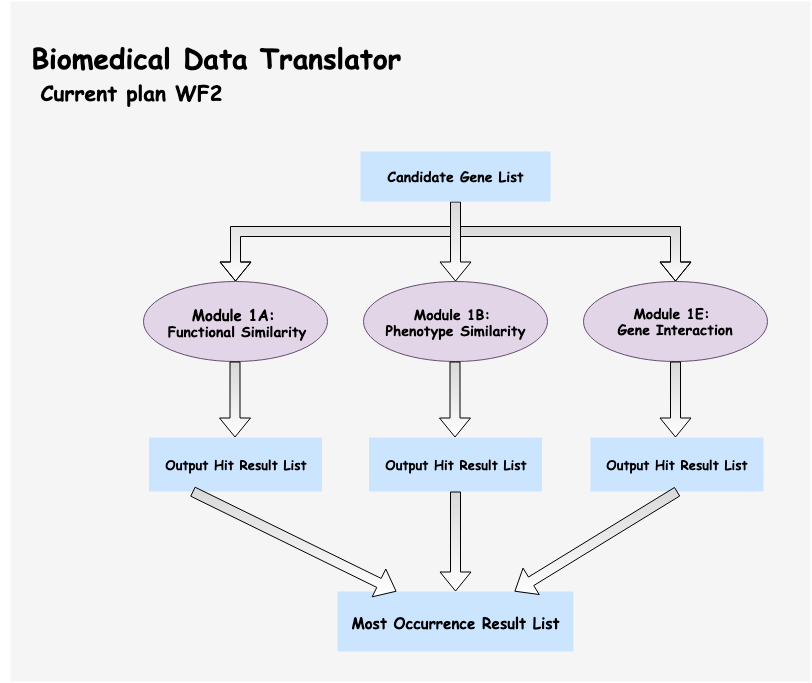
This is workflow2_diagram.png from imxiaow/SleepApnea-Presentation, a draw.io export, as it was before one commit. Source tidied: cells renumbered, new cells last; positions are measured from the earlier drawing's top-left corner, leaving out a move shared by most shapes.
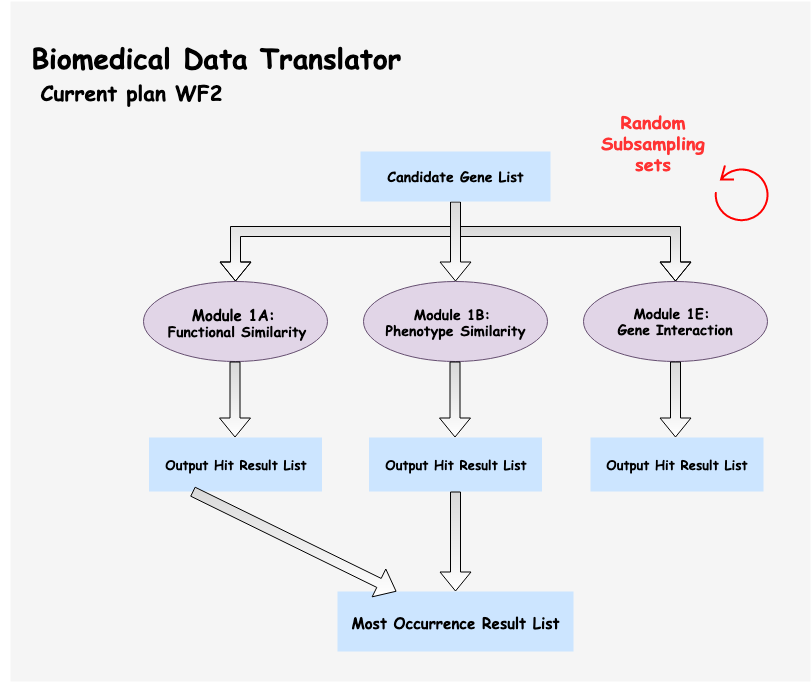
Later version of the same file.

What changed in the source:
```diff
@@ -77,14 +77,17 @@
     <mxCell id="18" style="shape=flexArrow;endArrow=classic;html=1;strokeColor=#000000;strokeWidth=1;fillColor=#D9D9D9;gradientColor=#ffffff;fontFamily=Comic Sans MS;entryX=0.25;entryY=0;entryDx=0;entryDy=0;exitX=0.25;exitY=1;exitDx=0;exitDy=0;" parent="1" edge="1" source="16" target="17">
       <mxGeometry relative="1" as="geometry" />
     </mxCell>
-    <mxCell id="19" style="shape=flexArrow;endArrow=classic;html=1;strokeColor=#000000;strokeWidth=1;fillColor=#D9D9D9;gradientColor=#ffffff;fontFamily=Comic Sans MS;entryX=0.75;entryY=0;entryDx=0;entryDy=0;exitX=0.5;exitY=1;exitDx=0;exitDy=0;" parent="1" edge="1" source="10" target="17">
-      <mxGeometry relative="1" as="geometry" />
-    </mxCell>
     <mxCell id="20" style="edgeStyle=orthogonalEdgeStyle;rounded=0;jettySize=auto;html=1;shape=flexArrow;fillColor=#D9D9D9;gradientColor=#ffffff;entryX=0.5;entryY=0;entryDx=0;entryDy=0;exitX=0.5;exitY=1;exitDx=0;exitDy=0;" parent="1" edge="1" source="15" target="17">
       <mxGeometry relative="1" as="geometry" />
     </mxCell>
     <mxCell id="21" value="&lt;h3&gt;&lt;font face=&quot;Comic Sans MS&quot;&gt;Candidate Gene List&lt;/font&gt;&lt;/h3&gt;" style="rounded=0;whiteSpace=wrap;html=1;fillColor=#cce5ff;strokeColor=none;" parent="1" vertex="1">
       <mxGeometry x="360" y="150" width="190" height="50" as="geometry" />
     </mxCell>
+    <mxCell id="22" style="shape=mxgraph.bpmn.loop;html=1;shadow=0;strokeColor=#FF0000;strokeWidth=2;fillColor=none;gradientColor=#FF66FF;fontFamily=Comic Sans MS;fontColor=#FF3333;direction=south;rotation=0;" parent="1" vertex="1">
+      <mxGeometry x="714" y="164" width="56" height="57" as="geometry" />
+    </mxCell>
+    <mxCell id="23" value="&lt;h2&gt;Random Subsampling sets&lt;/h2&gt;" style="text;html=1;strokeColor=none;fillColor=none;align=center;verticalAlign=middle;whiteSpace=wrap;rounded=0;shadow=0;fontFamily=Comic Sans MS;fontColor=#FF3333;" parent="1" vertex="1">
+      <mxGeometry x="583" y="130" width="140" height="20" as="geometry" />
+    </mxCell>
   </root>
 </mxGraphModel>
```
